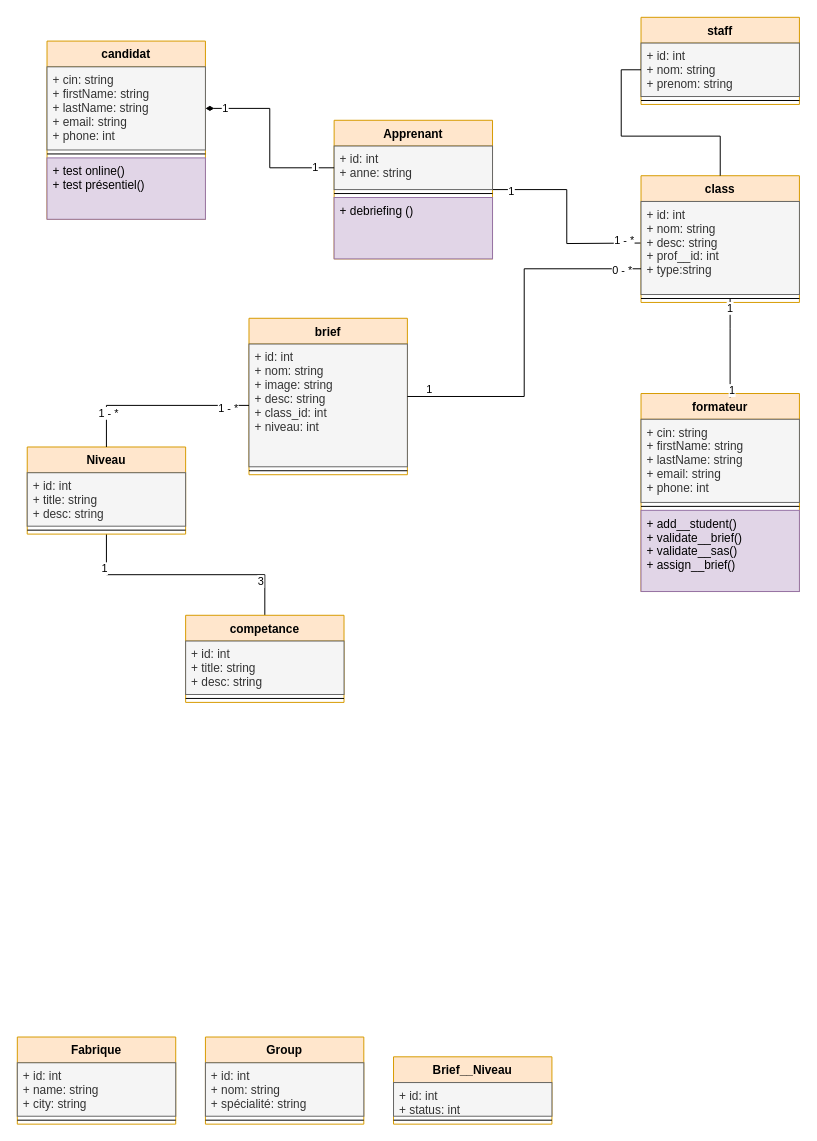
Yusfuu/ucode_uml keeps this draw.io diagram as page "class" (2 of 4) of ucode.drawio. Above is the earlier version. Source tidied: cells renumbered, new cells numbered last; positions are measured from the earlier drawing's top-left corner, leaving out a move shared by most shapes. Both pictures are drawn from the tidied source at 99%, with x=0, y=0 at pixel (17, 17).
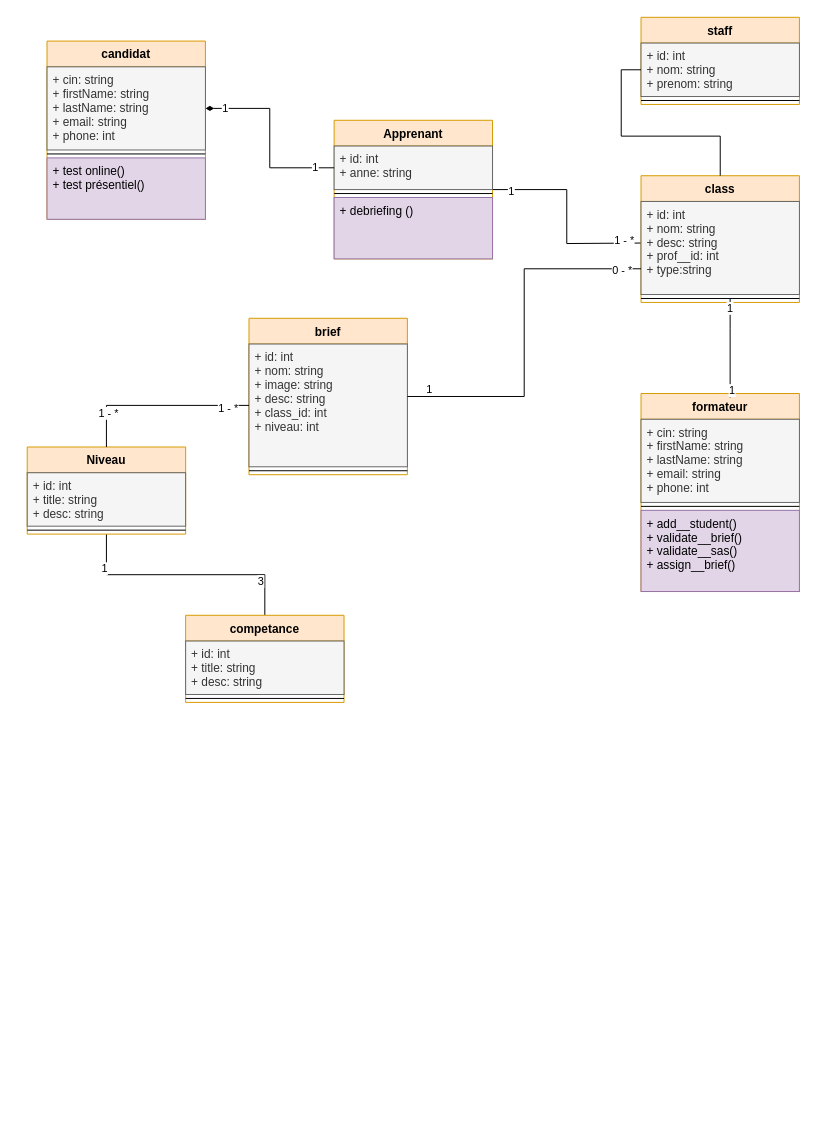
The same diagram, later.

Diff of the diagram source:
```diff
@@
-    <mxCell id="19" value="Fabrique" style="swimlane;fontStyle=1;align=center;verticalAlign=top;horizontal=1;startSize=26;fillColor=#ffe6cc;strokeColor=#d79b00;" parent="1" vertex="1">
-      <mxGeometry y="1030" width="160" height="88" as="geometry" />
-    </mxCell>
-    <mxCell id="20" value="+ id: int&#10;+ name: string&#10;+ city: string" style="text;strokeColor=#666666;fillColor=#f5f5f5;align=left;verticalAlign=top;spacingLeft=4;spacingRight=4;overflow=hidden;fontColor=#333333;" parent="19" vertex="1">
-      <mxGeometry y="26" width="160" height="54" as="geometry" />
-    </mxCell>
-    <mxCell id="21" style="line;strokeWidth=1;fillColor=none;align=left;verticalAlign=middle;spacingTop=-1;spacingLeft=3;spacingRight=3;labelPosition=right;" parent="19" vertex="1">
-      <mxGeometry y="80" width="160" height="8" as="geometry" />
-    </mxCell>
@@
-    <mxCell id="25" value="Brief__Niveau" style="swimlane;fontStyle=1;align=center;verticalAlign=top;horizontal=1;startSize=26;fillColor=#ffe6cc;strokeColor=#d79b00;" parent="1" vertex="1">
-      <mxGeometry x="380" y="1050" width="160" height="68" as="geometry" />
-    </mxCell>
-    <mxCell id="26" value="+ id: int&#10;+ status: int&#10;" style="text;strokeColor=#666666;fillColor=#f5f5f5;align=left;verticalAlign=top;spacingLeft=4;spacingRight=4;overflow=hidden;fontColor=#333333;" parent="25" vertex="1">
-      <mxGeometry y="26" width="160" height="34" as="geometry" />
-    </mxCell>
-    <mxCell id="27" style="line;strokeWidth=1;fillColor=none;align=left;verticalAlign=middle;spacingTop=-1;spacingLeft=3;spacingRight=3;labelPosition=right;" parent="25" vertex="1">
-      <mxGeometry y="60" width="160" height="8" as="geometry" />
-    </mxCell>
-    <mxCell id="28" value="Group" style="swimlane;fontStyle=1;align=center;verticalAlign=top;horizontal=1;startSize=26;fillColor=#ffe6cc;strokeColor=#d79b00;" parent="1" vertex="1">
-      <mxGeometry x="190" y="1030" width="160" height="88" as="geometry" />
-    </mxCell>
-    <mxCell id="29" value="+ id: int&#10;+ nom: string&#10;+ spécialité: string&#10;" style="text;strokeColor=#666666;fillColor=#f5f5f5;align=left;verticalAlign=top;spacingLeft=4;spacingRight=4;overflow=hidden;fontColor=#333333;" parent="28" vertex="1">
-      <mxGeometry y="26" width="160" height="54" as="geometry" />
-    </mxCell>
-    <mxCell id="30" style="line;strokeWidth=1;fillColor=none;align=left;verticalAlign=middle;spacingTop=-1;spacingLeft=3;spacingRight=3;labelPosition=right;" parent="28" vertex="1">
-      <mxGeometry y="80" width="160" height="8" as="geometry" />
-    </mxCell>
```
